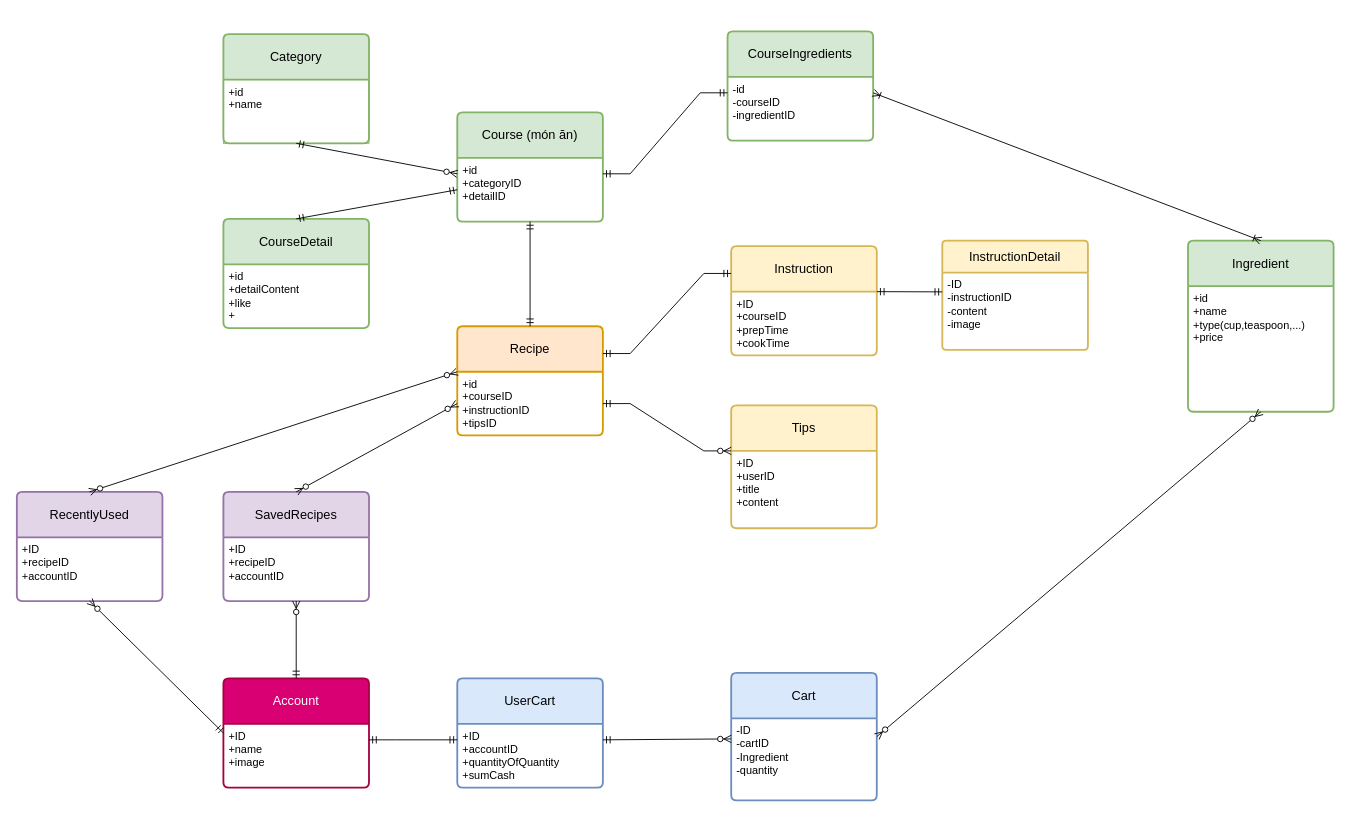
Above: Untitled Diagram.drawio in HoKhanhDang/CookingApp (draw.io), before the change. Source tidied: cells renumbered, new cells numbered last; positions are measured from the earlier drawing's top-left corner, leaving out a move shared by most shapes. Both pictures are drawn from the tidied source at 91%, with x=0, y=0 at pixel (16, 31).
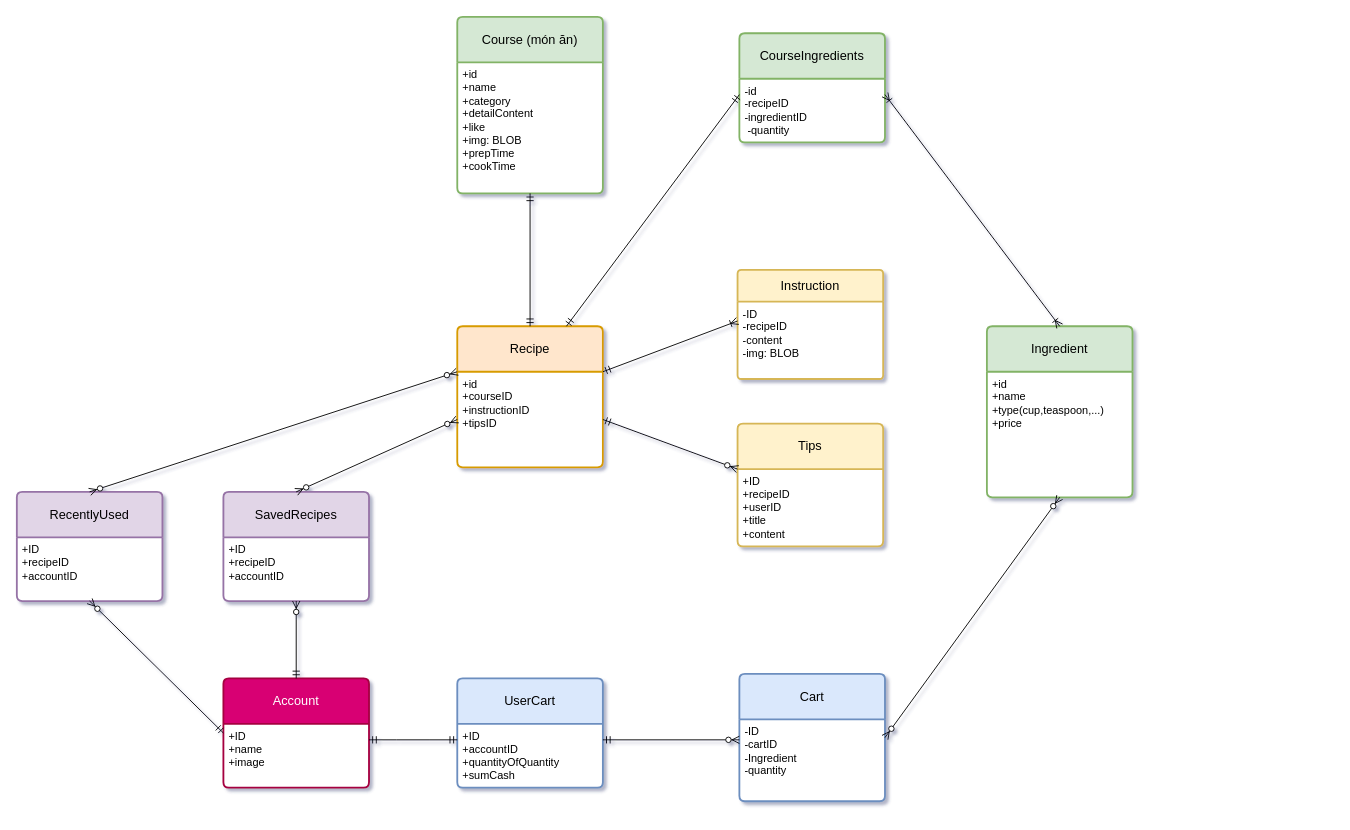
After the change.

Diff of the diagram source:
```diff
@@
-<mxGraphModel>
+<mxGraphModel shadow="1">
@@
     <mxCell id="2" value="Recipe" style="swimlane;horizontal=1;startSize=50;rounded=1;fontSize=14;fontStyle=0;strokeWidth=2;shadow=0;dashed=0;align=center;arcSize=4;whiteSpace=wrap;html=1;fillColor=#ffe6cc;swimlaneFillColor=default;strokeColor=#d79b00;" parent="1" vertex="1">
-      <mxGeometry x="484" y="324" width="160" height="120" as="geometry" />
+      <mxGeometry x="484" y="324" width="160" height="155" as="geometry" />
     </mxCell>
-    <mxCell id="3" value="+id&lt;div&gt;+courseID&lt;/div&gt;&lt;div&gt;+instructionID&lt;/div&gt;&lt;div&gt;+tipsID&lt;/div&gt;" style="align=left;strokeColor=none;fillColor=none;spacingLeft=4;fontSize=12;verticalAlign=top;html=1;" parent="2" vertex="1">
-      <mxGeometry y="50" width="160" height="70" as="geometry" />
+    <mxCell id="3" value="+id&lt;div&gt;+courseID&lt;/div&gt;&lt;div&gt;+instructionID&lt;/div&gt;&lt;div&gt;+tipsID&lt;/div&gt;&lt;div&gt;&lt;br&gt;&lt;/div&gt;" style="align=left;strokeColor=none;fillColor=none;spacingLeft=4;fontSize=12;verticalAlign=top;html=1;" parent="2" vertex="1">
+      <mxGeometry y="50" width="160" height="105" as="geometry" />
     </mxCell>
-    <mxCell id="4" value="Instruction" style="swimlane;horizontal=1;startSize=50;rounded=1;fontSize=14;fontStyle=0;strokeWidth=2;shadow=0;dashed=0;align=center;arcSize=4;whiteSpace=wrap;html=1;swimlaneFillColor=default;fillColor=#fff2cc;strokeColor=#d6b656;" parent="1" vertex="1">
-      <mxGeometry x="785" y="236" width="160" height="120" as="geometry" />
-    </mxCell>
-    <mxCell id="5" value="+ID&lt;div&gt;+courseID&lt;/div&gt;&lt;div&gt;+prepTime&lt;/div&gt;&lt;div&gt;+cookTime&lt;/div&gt;&lt;div&gt;&lt;br&gt;&lt;/div&gt;" style="align=left;strokeColor=none;fillColor=none;spacingLeft=4;fontSize=12;verticalAlign=top;html=1;" parent="4" vertex="1">
-      <mxGeometry y="50" width="160" height="70" as="geometry" />
-    </mxCell>
     <mxCell id="6" value="Ingredient" style="swimlane;horizontal=1;startSize=50;rounded=1;fontSize=14;fontStyle=0;strokeWidth=2;shadow=0;dashed=0;align=center;arcSize=4;whiteSpace=wrap;html=1;swimlaneFillColor=default;fillColor=#d5e8d4;strokeColor=#82b366;" parent="1" vertex="1">
-      <mxGeometry x="1287" y="230" width="160" height="188" as="geometry" />
+      <mxGeometry x="1066" y="324" width="160" height="188" as="geometry" />
     </mxCell>
@@
     <mxCell id="8" value="Course (món ăn)" style="swimlane;horizontal=1;startSize=50;rounded=1;fontSize=14;fontStyle=0;strokeWidth=2;shadow=0;dashed=0;align=center;arcSize=4;whiteSpace=wrap;html=1;swimlaneFillColor=default;fillColor=#d5e8d4;strokeColor=#82b366;" parent="1" vertex="1">
-      <mxGeometry x="484" y="89" width="160" height="120" as="geometry" />
+      <mxGeometry x="484" y="-16" width="160" height="194" as="geometry" />
     </mxCell>
-    <mxCell id="9" value="+id&lt;div&gt;+categoryID&lt;/div&gt;&lt;div&gt;+detailID&lt;/div&gt;&lt;div&gt;&lt;br&gt;&lt;/div&gt;" style="align=left;strokeColor=none;fillColor=none;spacingLeft=4;fontSize=12;verticalAlign=top;html=1;" parent="8" vertex="1">
-      <mxGeometry y="50" width="160" height="70" as="geometry" />
+    <mxCell id="9" value="+id&lt;div&gt;+name&lt;br&gt;&lt;div&gt;+category&lt;/div&gt;&lt;div&gt;&lt;div&gt;+detailContent&lt;/div&gt;&lt;div&gt;+like&lt;/div&gt;&lt;div&gt;+img: BLOB&lt;/div&gt;&lt;/div&gt;&lt;/div&gt;&lt;div&gt;&lt;div&gt;+prepTime&lt;/div&gt;&lt;div&gt;+cookTime&lt;/div&gt;&lt;/div&gt;" style="align=left;strokeColor=none;fillColor=none;spacingLeft=4;fontSize=12;verticalAlign=top;html=1;" parent="8" vertex="1">
+      <mxGeometry y="50" width="160" height="144" as="geometry" />
     </mxCell>
-    <mxCell id="10" value="CourseDetail" style="swimlane;horizontal=1;startSize=50;rounded=1;fontSize=14;fontStyle=0;strokeWidth=2;shadow=0;dashed=0;align=center;arcSize=4;whiteSpace=wrap;html=1;swimlaneFillColor=default;fillColor=#d5e8d4;strokeColor=#82b366;" parent="1" vertex="1">
-      <mxGeometry x="227" y="206" width="160" height="120" as="geometry" />
-    </mxCell>
-    <mxCell id="11" value="+id&lt;div&gt;+detailContent&lt;/div&gt;&lt;div&gt;+like&lt;/div&gt;&lt;div&gt;+&amp;nbsp;&amp;nbsp;&lt;/div&gt;" style="align=left;strokeColor=none;fillColor=none;spacingLeft=4;fontSize=12;verticalAlign=top;html=1;" parent="10" vertex="1">
-      <mxGeometry y="50" width="160" height="70" as="geometry" />
-    </mxCell>
-    <mxCell id="12" value="InstructionDetail" style="swimlane;horizontal=1;startSize=35;rounded=1;fontSize=14;fontStyle=0;strokeWidth=2;shadow=0;dashed=0;align=center;arcSize=4;whiteSpace=wrap;html=1;swimlaneFillColor=default;fillColor=#fff2cc;strokeColor=#d6b656;" parent="1" vertex="1">
-      <mxGeometry x="1017" y="230" width="160" height="120" as="geometry" />
+    <mxCell id="12" value="Instruction" style="swimlane;horizontal=1;startSize=35;rounded=1;fontSize=14;fontStyle=0;strokeWidth=2;shadow=0;dashed=0;align=center;arcSize=4;whiteSpace=wrap;html=1;swimlaneFillColor=default;fillColor=#fff2cc;strokeColor=#d6b656;" parent="1" vertex="1">
+      <mxGeometry x="792" y="262" width="160" height="120" as="geometry" />
     </mxCell>
-    <mxCell id="13" value="-ID&amp;nbsp;&amp;nbsp;&lt;div&gt;-instructionID&lt;/div&gt;&lt;div&gt;-content&lt;/div&gt;&lt;div&gt;-image&lt;/div&gt;&lt;div&gt;&lt;br&gt;&lt;/div&gt;" style="align=left;strokeColor=none;fillColor=none;spacingLeft=4;fontSize=12;verticalAlign=top;html=1;" parent="12" vertex="1">
+    <mxCell id="13" value="-ID&amp;nbsp;&amp;nbsp;&lt;div&gt;-recipeID&lt;/div&gt;&lt;div&gt;-content&lt;/div&gt;&lt;div&gt;-img: BLOB&lt;/div&gt;&lt;div&gt;&lt;br&gt;&lt;/div&gt;" style="align=left;strokeColor=none;fillColor=none;spacingLeft=4;fontSize=12;verticalAlign=top;html=1;" parent="12" vertex="1">
       <mxGeometry y="35" width="160" height="85" as="geometry" />
     </mxCell>
     <mxCell id="14" value="Tips" style="swimlane;horizontal=1;startSize=50;rounded=1;fontSize=14;fontStyle=0;strokeWidth=2;shadow=0;dashed=0;align=center;arcSize=4;whiteSpace=wrap;html=1;swimlaneFillColor=default;fillColor=#fff2cc;strokeColor=#d6b656;" parent="1" vertex="1">
-      <mxGeometry x="785" y="411" width="160" height="135" as="geometry" />
+      <mxGeometry x="792" y="431" width="160" height="135" as="geometry" />
     </mxCell>
-    <mxCell id="15" value="+ID&lt;div&gt;+userID&lt;/div&gt;&lt;div&gt;+title&lt;/div&gt;&lt;div&gt;+content&lt;/div&gt;&lt;div&gt;&amp;nbsp;&lt;/div&gt;" style="align=left;strokeColor=none;fillColor=none;spacingLeft=4;fontSize=12;verticalAlign=top;html=1;" parent="14" vertex="1">
+    <mxCell id="15" value="+ID&lt;div&gt;+recipeID&lt;/div&gt;&lt;div&gt;&lt;div&gt;+userID&lt;/div&gt;&lt;div&gt;+title&lt;/div&gt;&lt;div&gt;+content&lt;/div&gt;&lt;div&gt;&amp;nbsp;&lt;/div&gt;&lt;/div&gt;" style="align=left;strokeColor=none;fillColor=none;spacingLeft=4;fontSize=12;verticalAlign=top;html=1;" parent="14" vertex="1">
       <mxGeometry y="50" width="160" height="85" as="geometry" />
     </mxCell>
     <mxCell id="16" value="CourseIngredients" style="swimlane;horizontal=1;startSize=50;rounded=1;fontSize=14;fontStyle=0;strokeWidth=2;shadow=0;dashed=0;align=center;arcSize=4;whiteSpace=wrap;html=1;swimlaneFillColor=default;fillColor=#d5e8d4;strokeColor=#82b366;" parent="1" vertex="1">
-      <mxGeometry x="781" width="160" height="120" as="geometry" />
+      <mxGeometry x="794" y="2" width="160" height="120" as="geometry" />
     </mxCell>
-    <mxCell id="17" value="&lt;div&gt;-id&lt;/div&gt;-courseID&lt;div&gt;&lt;span style=&quot;background-color: initial;&quot;&gt;-ingredientID&lt;/span&gt;&lt;/div&gt;&lt;div&gt;&lt;span style=&quot;background-color: initial;&quot;&gt;&amp;nbsp;&lt;/span&gt;&lt;/div&gt;" style="align=left;strokeColor=none;fillColor=none;spacingLeft=4;fontSize=12;verticalAlign=top;html=1;" parent="16" vertex="1">
+    <mxCell id="17" value="&lt;div&gt;-id&lt;/div&gt;-recipeID&lt;div&gt;&lt;span style=&quot;background-color: initial;&quot;&gt;-ingredientID&lt;/span&gt;&lt;/div&gt;&lt;div&gt;&lt;span style=&quot;background-color: initial;&quot;&gt;&amp;nbsp;-quantity&lt;/span&gt;&lt;/div&gt;" style="align=left;strokeColor=none;fillColor=none;spacingLeft=4;fontSize=12;verticalAlign=top;html=1;" parent="16" vertex="1">
       <mxGeometry y="50" width="160" height="70" as="geometry" />
     </mxCell>
@@
-    <mxCell id="22" value="Category" style="swimlane;horizontal=1;startSize=50;rounded=1;fontSize=14;fontStyle=0;strokeWidth=2;shadow=0;dashed=0;align=center;arcSize=4;whiteSpace=wrap;html=1;swimlaneFillColor=default;fillColor=#d5e8d4;strokeColor=#82b366;" parent="1" vertex="1">
-      <mxGeometry x="227" y="3" width="160" height="120" as="geometry" />
-    </mxCell>
-    <mxCell id="23" value="+id&lt;div&gt;+name&lt;/div&gt;&lt;div&gt;&lt;br&gt;&lt;/div&gt;" style="align=left;strokeColor=#82b366;fillColor=none;spacingLeft=4;fontSize=12;verticalAlign=top;html=1;swimlaneFillColor=default;" parent="22" vertex="1">
-      <mxGeometry y="50" width="160" height="70" as="geometry" />
-    </mxCell>
@@
     <mxCell id="26" value="Cart" style="swimlane;horizontal=1;startSize=50;rounded=1;fontSize=14;fontStyle=0;strokeWidth=2;shadow=0;dashed=0;align=center;arcSize=4;whiteSpace=wrap;html=1;fillColor=#dae8fc;swimlaneFillColor=default;strokeColor=#6c8ebf;" parent="1" vertex="1">
-      <mxGeometry x="785" y="705" width="160" height="140" as="geometry" />
+      <mxGeometry x="794" y="706" width="160" height="140" as="geometry" />
     </mxCell>
@@
-    <mxCell id="31" style="fontSize=12;html=1;endArrow=ERzeroToMany;startArrow=ERmandOne;rounded=0;exitX=0.5;exitY=1;exitDx=0;exitDy=0;entryX=0;entryY=0.25;entryDx=0;entryDy=0;" parent="1" edge="1" source="23" target="9">
-      <mxGeometry relative="1" as="geometry" />
-    </mxCell>
@@
-    <mxCell id="33" style="edgeStyle=entityRelationEdgeStyle;fontSize=12;html=1;endArrow=ERmandOne;startArrow=ERmandOne;rounded=0;entryX=0;entryY=0.25;entryDx=0;entryDy=0;exitX=1;exitY=0.25;exitDx=0;exitDy=0;" parent="1" edge="1" source="9" target="17">
+    <mxCell id="33" style="fontSize=12;html=1;endArrow=ERmandOne;startArrow=ERmandOne;rounded=0;entryX=0;entryY=0.25;entryDx=0;entryDy=0;exitX=0.75;exitY=0;exitDx=0;exitDy=0;" parent="1" edge="1" source="2" target="17">
       <mxGeometry relative="1" as="geometry" />
     </mxCell>
-    <mxCell id="34" style="fontSize=12;html=1;endArrow=ERmandOne;startArrow=ERmandOne;rounded=0;entryX=0;entryY=0.5;entryDx=0;entryDy=0;exitX=0.5;exitY=0;exitDx=0;exitDy=0;" parent="1" edge="1" source="10" target="9">
-      <mxGeometry relative="1" as="geometry" />
-    </mxCell>
-    <mxCell id="35" style="fontSize=12;html=1;endArrow=ERmandOne;startArrow=ERmandOne;rounded=0;entryX=1;entryY=0;entryDx=0;entryDy=0;exitX=0;exitY=0.25;exitDx=0;exitDy=0;" parent="1" edge="1" source="13" target="5">
+    <mxCell id="35" style="fontSize=12;html=1;endArrow=ERmandOne;startArrow=ERoneToMany;rounded=0;entryX=1;entryY=0;entryDx=0;entryDy=0;exitX=0;exitY=0.25;exitDx=0;exitDy=0;endFill=0;startFill=0;" parent="1" edge="1" source="13" target="3">
       <mxGeometry relative="1" as="geometry" />
     </mxCell>
@@
-    <mxCell id="37" style="edgeStyle=entityRelationEdgeStyle;fontSize=12;html=1;endArrow=ERzeroToMany;startArrow=ERmandOne;rounded=0;entryX=0;entryY=0;entryDx=0;entryDy=0;exitX=1;exitY=0.5;exitDx=0;exitDy=0;" parent="1" edge="1" source="3" target="15">
+    <mxCell id="37" style="fontSize=12;html=1;endArrow=ERzeroToMany;startArrow=ERmandOne;rounded=0;entryX=0;entryY=0;entryDx=0;entryDy=0;exitX=1;exitY=0.5;exitDx=0;exitDy=0;" parent="1" edge="1" source="3" target="15">
       <mxGeometry relative="1" as="geometry" />
     </mxCell>
@@
-    <mxCell id="44" style="edgeStyle=entityRelationEdgeStyle;fontSize=12;html=1;endArrow=ERmandOne;startArrow=ERmandOne;rounded=0;exitX=1;exitY=0.25;exitDx=0;exitDy=0;entryX=0;entryY=0.25;entryDx=0;entryDy=0;" parent="1" edge="1" source="2" target="4">
-      <mxGeometry relative="1" as="geometry" />
-    </mxCell>
```
